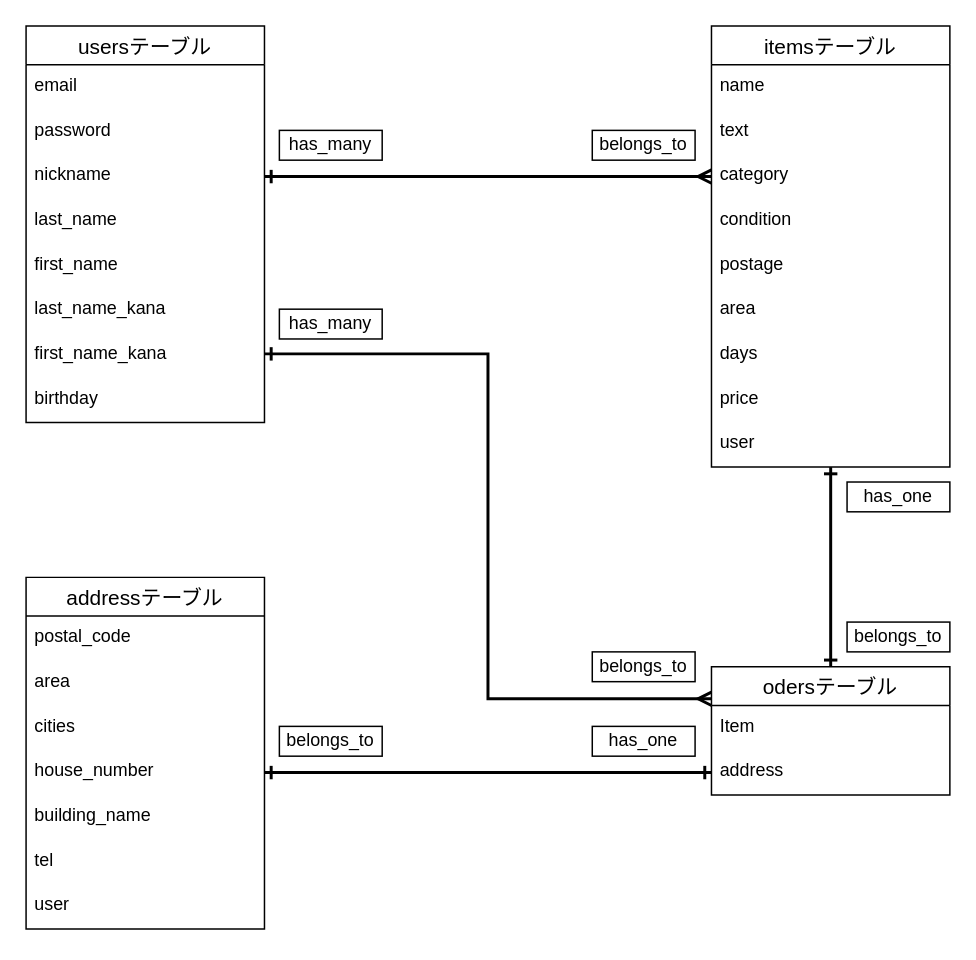
k-takomal/furima-30943 keeps this draw.io diagram as frima-30943.dio. Above is the earlier version. Source tidied: cells renumbered, new cells numbered last; positions are measured from the earlier drawing's top-left corner, leaving out a move shared by most shapes. Both pictures are drawn from the tidied source at 149%, with x=0, y=0 at pixel (25, 25).
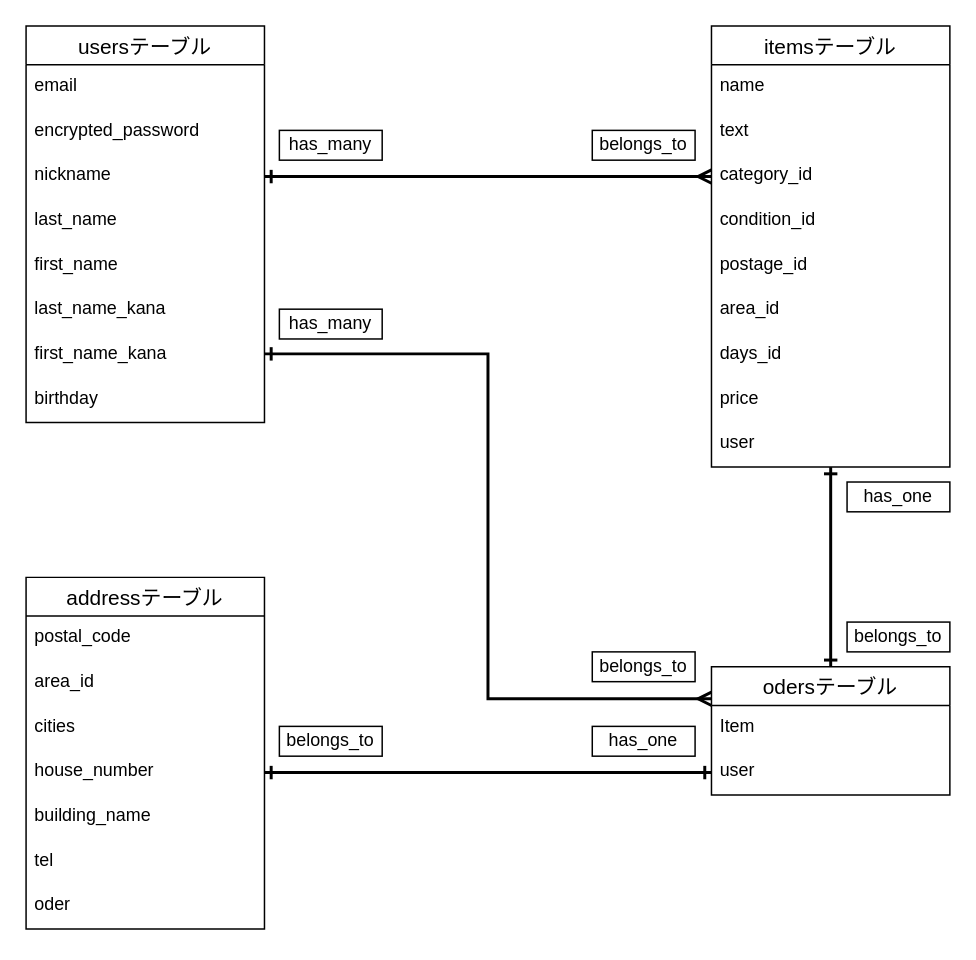
The same diagram, later.

Commit message (it also covers changes not shown here):
ReadMeとER図の修正

The change refers to these unchanged cells:
```xml
<mxCell id="3" value="itemsテーブル" style="swimlane;fontStyle=0;horizontal=1;startSize=26;align=center;fontSize=14;" parent="1" vertex="1">
  <mxGeometry x="460" width="160" height="296" as="geometry" />
</mxCell>
<mxCell id="14" value="usersテーブル" style="swimlane;fontStyle=0;horizontal=1;startSize=26;align=center;fontSize=14;" parent="1" vertex="1">
  <mxGeometry width="160" height="266" as="geometry" />
</mxCell>
<mxCell id="23" value="addressテーブル" style="swimlane;fontStyle=0;horizontal=1;startSize=26;align=center;fontSize=14;" parent="1" vertex="1">
  <mxGeometry y="370" width="160" height="236" as="geometry" />
</mxCell>
<mxCell id="31" value="odersテーブル" style="swimlane;fontStyle=0;horizontal=1;startSize=26;align=center;fontSize=14;" parent="1" vertex="1">
  <mxGeometry x="460" y="430" width="160" height="86" as="geometry" />
</mxCell>
```

What changed in the source:
```diff
@@
-    <mxCell id="6" value="category" style="text;strokeColor=none;fillColor=none;spacingLeft=4;spacingRight=4;overflow=hidden;points=[[0,0.5],[1,0.5]];portConstraint=eastwest;fontSize=12;" parent="3" vertex="1">
+    <mxCell id="6" value="category_id" style="text;strokeColor=none;fillColor=none;spacingLeft=4;spacingRight=4;overflow=hidden;points=[[0,0.5],[1,0.5]];portConstraint=eastwest;fontSize=12;" parent="3" vertex="1">
       <mxGeometry y="86" width="160" height="30" as="geometry" />
     </mxCell>
-    <mxCell id="7" value="condition" style="text;strokeColor=none;fillColor=none;spacingLeft=4;spacingRight=4;overflow=hidden;fontSize=12;" parent="3" vertex="1">
+    <mxCell id="7" value="condition_id" style="text;strokeColor=none;fillColor=none;spacingLeft=4;spacingRight=4;overflow=hidden;fontSize=12;" parent="3" vertex="1">
       <mxGeometry y="116" width="160" height="30" as="geometry" />
     </mxCell>
-    <mxCell id="8" value="postage" style="text;strokeColor=none;fillColor=none;spacingLeft=4;spacingRight=4;overflow=hidden;fontSize=12;" parent="3" vertex="1">
+    <mxCell id="8" value="postage_id" style="text;strokeColor=none;fillColor=none;spacingLeft=4;spacingRight=4;overflow=hidden;fontSize=12;" parent="3" vertex="1">
       <mxGeometry y="146" width="160" height="30" as="geometry" />
     </mxCell>
-    <mxCell id="9" value="area" style="text;strokeColor=none;fillColor=none;spacingLeft=4;spacingRight=4;overflow=hidden;fontSize=12;" parent="3" vertex="1">
+    <mxCell id="9" value="area_id" style="text;strokeColor=none;fillColor=none;spacingLeft=4;spacingRight=4;overflow=hidden;fontSize=12;" parent="3" vertex="1">
       <mxGeometry y="176" width="160" height="30" as="geometry" />
     </mxCell>
-    <mxCell id="10" value="days" style="text;strokeColor=none;fillColor=none;spacingLeft=4;spacingRight=4;overflow=hidden;fontSize=12;" parent="3" vertex="1">
+    <mxCell id="10" value="days_id" style="text;strokeColor=none;fillColor=none;spacingLeft=4;spacingRight=4;overflow=hidden;fontSize=12;" parent="3" vertex="1">
       <mxGeometry y="206" width="160" height="30" as="geometry" />
     </mxCell>
@@
-    <mxCell id="16" value="password" style="text;strokeColor=none;fillColor=none;spacingLeft=4;spacingRight=4;overflow=hidden;fontSize=12;" parent="14" vertex="1">
+    <mxCell id="16" value="encrypted_password" style="text;strokeColor=none;fillColor=none;spacingLeft=4;spacingRight=4;overflow=hidden;fontSize=12;" parent="14" vertex="1">
       <mxGeometry y="56" width="160" height="30" as="geometry" />
     </mxCell>
@@
-    <mxCell id="25" value="area" style="text;strokeColor=none;fillColor=none;spacingLeft=4;spacingRight=4;overflow=hidden;fontSize=12;" parent="23" vertex="1">
+    <mxCell id="25" value="area_id" style="text;strokeColor=none;fillColor=none;spacingLeft=4;spacingRight=4;overflow=hidden;fontSize=12;" parent="23" vertex="1">
       <mxGeometry y="56" width="160" height="30" as="geometry" />
     </mxCell>
@@
-    <mxCell id="30" value="user" style="text;strokeColor=none;fillColor=none;spacingLeft=4;spacingRight=4;overflow=hidden;fontSize=12;" parent="23" vertex="1">
+    <mxCell id="30" value="oder" style="text;strokeColor=none;fillColor=none;spacingLeft=4;spacingRight=4;overflow=hidden;fontSize=12;" parent="23" vertex="1">
       <mxGeometry y="206" width="160" height="30" as="geometry" />
     </mxCell>
@@
-    <mxCell id="33" value="address" style="text;strokeColor=none;fillColor=none;spacingLeft=4;spacingRight=4;overflow=hidden;points=[[0,0.5],[1,0.5]];portConstraint=eastwest;fontSize=12;" parent="31" vertex="1">
+    <mxCell id="33" value="user" style="text;strokeColor=none;fillColor=none;spacingLeft=4;spacingRight=4;overflow=hidden;points=[[0,0.5],[1,0.5]];portConstraint=eastwest;fontSize=12;" parent="31" vertex="1">
       <mxGeometry y="56" width="160" height="30" as="geometry" />
     </mxCell>
```
